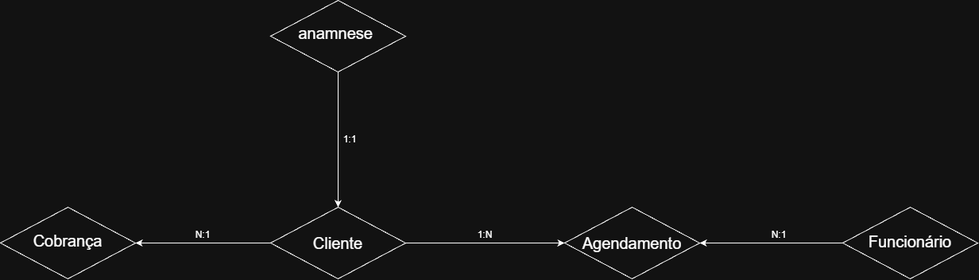
Before: DOC/MER.png, a diagram exported from draw.io (UlfGunnar/Projeto-Senai-3-4). Source tidied: cells renumbered, new cells last; positions are measured from the earlier drawing's top-left corner, leaving out a move shared by most shapes. Source of this version:
```xml
<mxGraphModel>
  <root>
    <mxCell id="0" />
    <mxCell id="1" parent="0" />
    <mxCell id="2" style="edgeStyle=orthogonalEdgeStyle;rounded=0;jettySize=auto;html=1;exitX=1;exitY=0.5;exitDx=0;exitDy=0;entryX=0;entryY=0.5;entryDx=0;entryDy=0;defaultLabelBackgroundColor=page;" parent="1" edge="1" source="4" target="5">
      <mxGeometry relative="1" as="geometry" />
    </mxCell>
    <mxCell id="3" style="edgeStyle=orthogonalEdgeStyle;rounded=0;jettySize=auto;html=1;defaultLabelBackgroundColor=page;" parent="1" edge="1" source="4" target="10">
      <mxGeometry relative="1" as="geometry" />
    </mxCell>
    <mxCell id="4" value="&lt;font style=&quot;font-size: 20px;&quot;&gt;Cliente&lt;/font&gt;" style="rhombus;whiteSpace=wrap;html=1;shapeInside=1;" parent="1" vertex="1">
      <mxGeometry x="340" y="260" width="170" height="90" as="geometry" />
    </mxCell>
    <mxCell id="5" value="&lt;font style=&quot;font-size: 20px;&quot;&gt;Agendamento&lt;/font&gt;" style="rhombus;whiteSpace=wrap;html=1;shapeInside=1;" parent="1" vertex="1">
      <mxGeometry x="710" y="260" width="170" height="90" as="geometry" />
    </mxCell>
    <mxCell id="6" value="1:N" style="text;html=1;whiteSpace=wrap;strokeColor=none;fillColor=none;align=center;verticalAlign=middle;rounded=0;" parent="1" vertex="1">
      <mxGeometry x="580" y="280" width="60" height="30" as="geometry" />
    </mxCell>
    <mxCell id="7" style="edgeStyle=orthogonalEdgeStyle;rounded=0;jettySize=auto;html=1;entryX=1;entryY=0.5;entryDx=0;entryDy=0;defaultLabelBackgroundColor=page;" parent="1" edge="1" source="8" target="5">
      <mxGeometry relative="1" as="geometry" />
    </mxCell>
    <mxCell id="8" value="&lt;font style=&quot;font-size: 20px;&quot;&gt;Funcionário&lt;/font&gt;" style="rhombus;whiteSpace=wrap;html=1;shapeInside=1;" parent="1" vertex="1">
      <mxGeometry x="1060" y="260" width="170" height="90" as="geometry" />
    </mxCell>
    <mxCell id="9" value="N:1" style="text;html=1;whiteSpace=wrap;strokeColor=none;fillColor=none;align=center;verticalAlign=middle;rounded=0;" parent="1" vertex="1">
      <mxGeometry x="950" y="280" width="60" height="30" as="geometry" />
    </mxCell>
    <mxCell id="10" value="&lt;font style=&quot;font-size: 20px;&quot;&gt;Cobrança&lt;/font&gt;" style="rhombus;whiteSpace=wrap;html=1;shapeInside=1;" parent="1" vertex="1">
      <mxGeometry y="260" width="170" height="90" as="geometry" />
    </mxCell>
    <mxCell id="11" value="N:1" style="text;html=1;whiteSpace=wrap;strokeColor=none;fillColor=none;align=center;verticalAlign=middle;rounded=0;" parent="1" vertex="1">
      <mxGeometry x="225" y="280" width="60" height="30" as="geometry" />
    </mxCell>
    <mxCell id="12" style="edgeStyle=orthogonalEdgeStyle;rounded=0;jettySize=auto;html=1;entryX=0.5;entryY=0;entryDx=0;entryDy=0;defaultLabelBackgroundColor=page;" parent="1" edge="1" source="13" target="4">
      <mxGeometry relative="1" as="geometry" />
    </mxCell>
    <mxCell id="13" value="&lt;font style=&quot;font-size: 20px;&quot;&gt;anamnese&amp;nbsp;&lt;/font&gt;" style="rhombus;whiteSpace=wrap;html=1;shapeInside=1;" parent="1" vertex="1">
      <mxGeometry x="340" width="170" height="90" as="geometry" />
    </mxCell>
    <mxCell id="14" value="1:1" style="text;html=1;whiteSpace=wrap;strokeColor=none;fillColor=none;align=center;verticalAlign=middle;rounded=0;" parent="1" vertex="1">
      <mxGeometry x="410" y="160" width="60" height="30" as="geometry" />
    </mxCell>
  </root>
</mxGraphModel>
```
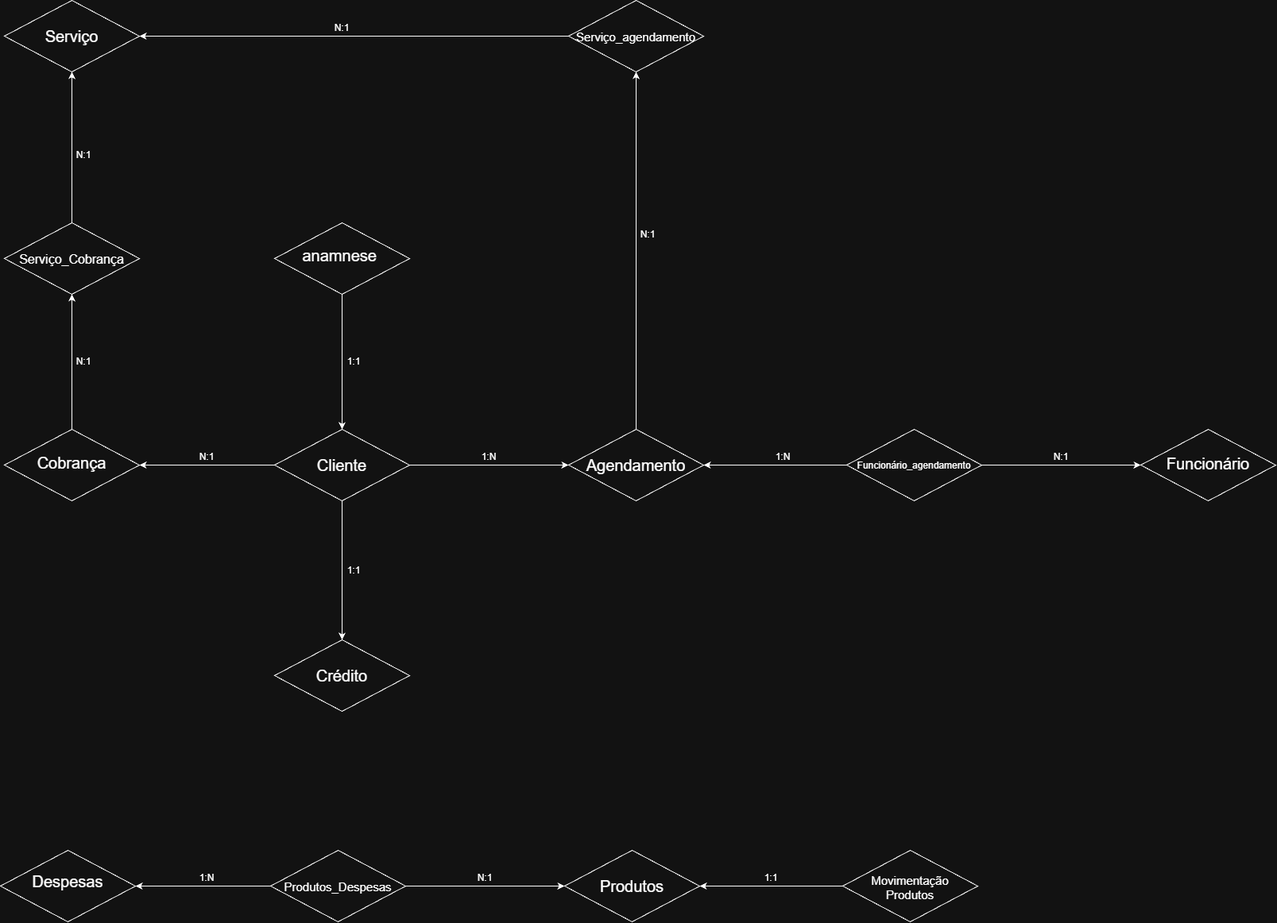
After the commit.

Change to the diagram source:
```diff
@@ -8,9 +8,15 @@
     <mxCell id="3" style="edgeStyle=orthogonalEdgeStyle;rounded=0;jettySize=auto;html=1;defaultLabelBackgroundColor=page;" parent="1" edge="1" source="4" target="10">
       <mxGeometry relative="1" as="geometry" />
     </mxCell>
+    <mxCell id="15" style="edgeStyle=orthogonalEdgeStyle;rounded=0;jettySize=auto;html=1;entryX=0.5;entryY=0;entryDx=0;entryDy=0;defaultLabelBackgroundColor=page;" parent="1" edge="1" source="4" target="22">
+      <mxGeometry relative="1" as="geometry" />
+    </mxCell>
     <mxCell id="4" value="&lt;font style=&quot;font-size: 20px;&quot;&gt;Cliente&lt;/font&gt;" style="rhombus;whiteSpace=wrap;html=1;shapeInside=1;" parent="1" vertex="1">
       <mxGeometry x="340" y="260" width="170" height="90" as="geometry" />
     </mxCell>
+    <mxCell id="16" style="edgeStyle=orthogonalEdgeStyle;rounded=0;jettySize=auto;html=1;exitX=0.5;exitY=0;exitDx=0;exitDy=0;entryX=0.5;entryY=1;entryDx=0;entryDy=0;defaultLabelBackgroundColor=page;" parent="1" edge="1" source="5" target="24">
+      <mxGeometry relative="1" as="geometry" />
+    </mxCell>
     <mxCell id="5" value="&lt;font style=&quot;font-size: 20px;&quot;&gt;Agendamento&lt;/font&gt;" style="rhombus;whiteSpace=wrap;html=1;shapeInside=1;" parent="1" vertex="1">
       <mxGeometry x="710" y="260" width="170" height="90" as="geometry" />
     </mxCell>
@@ -20,12 +26,15 @@
     <mxCell id="7" style="edgeStyle=orthogonalEdgeStyle;rounded=0;jettySize=auto;html=1;entryX=1;entryY=0.5;entryDx=0;entryDy=0;defaultLabelBackgroundColor=page;" parent="1" edge="1" source="8" target="5">
       <mxGeometry relative="1" as="geometry" />
     </mxCell>
+    <mxCell id="17" style="edgeStyle=orthogonalEdgeStyle;rounded=0;jettySize=auto;html=1;exitX=1;exitY=0.5;exitDx=0;exitDy=0;entryX=0;entryY=0.5;entryDx=0;entryDy=0;defaultLabelBackgroundColor=page;" parent="1" edge="1" source="8" target="25">
+      <mxGeometry relative="1" as="geometry" />
+    </mxCell>
-    <mxCell id="8" value="&lt;font style=&quot;font-size: 20px;&quot;&gt;Funcionário&lt;/font&gt;" style="rhombus;whiteSpace=wrap;html=1;shapeInside=1;" parent="1" vertex="1">
+    <mxCell id="8" value="Funcionário_agendamento" style="rhombus;whiteSpace=wrap;html=1;shapeInside=1;" parent="1" vertex="1">
       <mxGeometry x="1060" y="260" width="170" height="90" as="geometry" />
     </mxCell>
-    <mxCell id="9" value="N:1" style="text;html=1;whiteSpace=wrap;strokeColor=none;fillColor=none;align=center;verticalAlign=middle;rounded=0;" parent="1" vertex="1">
-      <mxGeometry x="950" y="280" width="60" height="30" as="geometry" />
-    </mxCell>
+    <mxCell id="18" style="edgeStyle=orthogonalEdgeStyle;rounded=0;jettySize=auto;html=1;exitX=0.5;exitY=0;exitDx=0;exitDy=0;entryX=0.5;entryY=1;entryDx=0;entryDy=0;defaultLabelBackgroundColor=page;" parent="1" edge="1" source="10" target="20">
+      <mxGeometry relative="1" as="geometry" />
+    </mxCell>
     <mxCell id="10" value="&lt;font style=&quot;font-size: 20px;&quot;&gt;Cobrança&lt;/font&gt;" style="rhombus;whiteSpace=wrap;html=1;shapeInside=1;" parent="1" vertex="1">
       <mxGeometry y="260" width="170" height="90" as="geometry" />
     </mxCell>
@@ -41,5 +50,77 @@
     <mxCell id="14" value="1:1" style="text;html=1;whiteSpace=wrap;strokeColor=none;fillColor=none;align=center;verticalAlign=middle;rounded=0;" parent="1" vertex="1">
       <mxGeometry x="410" y="160" width="60" height="30" as="geometry" />
     </mxCell>
+    <mxCell id="19" style="edgeStyle=orthogonalEdgeStyle;rounded=0;jettySize=auto;html=1;exitX=0.5;exitY=0;exitDx=0;exitDy=0;entryX=0.5;entryY=1;entryDx=0;entryDy=0;defaultLabelBackgroundColor=page;" parent="1" edge="1" source="20" target="21">
+      <mxGeometry relative="1" as="geometry" />
+    </mxCell>
+    <mxCell id="20" value="&lt;font style=&quot;font-size: 16px;&quot;&gt;Serviço_Cobrança&lt;/font&gt;" style="rhombus;whiteSpace=wrap;html=1;shapeInside=1;" parent="1" vertex="1">
+      <mxGeometry width="170" height="90" as="geometry" />
+    </mxCell>
+    <mxCell id="21" value="&lt;font style=&quot;font-size: 20px;&quot;&gt;Serviço&lt;/font&gt;" style="rhombus;whiteSpace=wrap;html=1;shapeInside=1;" parent="1" vertex="1">
+      <mxGeometry y="-280" width="170" height="90" as="geometry" />
+    </mxCell>
+    <mxCell id="22" value="&lt;font style=&quot;font-size: 20px;&quot;&gt;Crédito&lt;/font&gt;" style="rhombus;whiteSpace=wrap;html=1;shapeInside=1;" parent="1" vertex="1">
+      <mxGeometry x="340" y="525" width="170" height="90" as="geometry" />
+    </mxCell>
+    <mxCell id="23" style="edgeStyle=orthogonalEdgeStyle;rounded=0;jettySize=auto;html=1;entryX=1;entryY=0.5;entryDx=0;entryDy=0;defaultLabelBackgroundColor=page;" parent="1" edge="1" source="24" target="21">
+      <mxGeometry relative="1" as="geometry" />
+    </mxCell>
+    <mxCell id="24" value="&lt;font style=&quot;font-size: 15px;&quot;&gt;Serviço_agendamento&lt;/font&gt;" style="rhombus;whiteSpace=wrap;html=1;shapeInside=1;" parent="1" vertex="1">
+      <mxGeometry x="710" y="-280" width="170" height="90" as="geometry" />
+    </mxCell>
+    <mxCell id="25" value="&lt;font style=&quot;font-size: 20px;&quot;&gt;Funcionário&lt;/font&gt;" style="rhombus;whiteSpace=wrap;html=1;shapeInside=1;" parent="1" vertex="1">
+      <mxGeometry x="1430" y="260" width="170" height="90" as="geometry" />
+    </mxCell>
+    <mxCell id="26" style="edgeStyle=orthogonalEdgeStyle;rounded=0;jettySize=auto;html=1;exitX=1;exitY=0.5;exitDx=0;exitDy=0;entryX=0;entryY=0.5;entryDx=0;entryDy=0;defaultLabelBackgroundColor=page;" parent="1" edge="1" source="28" target="29">
+      <mxGeometry relative="1" as="geometry" />
+    </mxCell>
+    <mxCell id="27" style="edgeStyle=orthogonalEdgeStyle;rounded=0;jettySize=auto;html=1;defaultLabelBackgroundColor=page;" parent="1" edge="1" source="28" target="32">
+      <mxGeometry relative="1" as="geometry" />
+    </mxCell>
+    <mxCell id="28" value="&lt;font style=&quot;font-size: 15px;&quot;&gt;Produtos_Despesas&lt;/font&gt;" style="rhombus;whiteSpace=wrap;html=1;shapeInside=1;" parent="1" vertex="1">
+      <mxGeometry x="335" y="790" width="170" height="90" as="geometry" />
+    </mxCell>
+    <mxCell id="29" value="&lt;font style=&quot;font-size: 20px;&quot;&gt;Produtos&lt;/font&gt;" style="rhombus;whiteSpace=wrap;html=1;shapeInside=1;" parent="1" vertex="1">
+      <mxGeometry x="705" y="790" width="170" height="90" as="geometry" />
+    </mxCell>
+    <mxCell id="30" style="edgeStyle=orthogonalEdgeStyle;rounded=0;jettySize=auto;html=1;entryX=1;entryY=0.5;entryDx=0;entryDy=0;defaultLabelBackgroundColor=page;" parent="1" edge="1" source="31" target="29">
+      <mxGeometry relative="1" as="geometry" />
+    </mxCell>
+    <mxCell id="31" value="&lt;font style=&quot;font-size: 15px;&quot;&gt;Movimentação Produtos&lt;/font&gt;" style="rhombus;whiteSpace=wrap;html=1;shapeInside=1;" parent="1" vertex="1">
+      <mxGeometry x="1055" y="790" width="170" height="90" as="geometry" />
+    </mxCell>
+    <mxCell id="32" value="&lt;font style=&quot;font-size: 20px;&quot;&gt;Despesas&lt;/font&gt;" style="rhombus;whiteSpace=wrap;html=1;shapeInside=1;" parent="1" vertex="1">
+      <mxGeometry x="-5" y="790" width="170" height="90" as="geometry" />
+    </mxCell>
+    <mxCell id="33" value="N:1" style="text;html=1;whiteSpace=wrap;strokeColor=none;fillColor=none;align=center;verticalAlign=middle;rounded=0;" parent="1" vertex="1">
+      <mxGeometry x="70" y="160" width="60" height="30" as="geometry" />
+    </mxCell>
+    <mxCell id="34" value="N:1" style="text;html=1;whiteSpace=wrap;strokeColor=none;fillColor=none;align=center;verticalAlign=middle;rounded=0;" parent="1" vertex="1">
+      <mxGeometry x="70" y="-100" width="60" height="30" as="geometry" />
+    </mxCell>
+    <mxCell id="35" value="N:1" style="text;html=1;whiteSpace=wrap;strokeColor=none;fillColor=none;align=center;verticalAlign=middle;rounded=0;" parent="1" vertex="1">
+      <mxGeometry x="395" y="-260" width="60" height="30" as="geometry" />
+    </mxCell>
+    <mxCell id="36" value="N:1" style="text;html=1;whiteSpace=wrap;strokeColor=none;fillColor=none;align=center;verticalAlign=middle;rounded=0;" parent="1" vertex="1">
+      <mxGeometry x="780" width="60" height="30" as="geometry" />
+    </mxCell>
+    <mxCell id="37" value="1:N" style="text;html=1;whiteSpace=wrap;strokeColor=none;fillColor=none;align=center;verticalAlign=middle;rounded=0;" parent="1" vertex="1">
+      <mxGeometry x="950" y="280" width="60" height="30" as="geometry" />
+    </mxCell>
+    <mxCell id="38" value="N:1" style="text;html=1;whiteSpace=wrap;strokeColor=none;fillColor=none;align=center;verticalAlign=middle;rounded=0;" parent="1" vertex="1">
+      <mxGeometry x="1300" y="280" width="60" height="30" as="geometry" />
+    </mxCell>
+    <mxCell id="39" value="1:1" style="text;html=1;whiteSpace=wrap;strokeColor=none;fillColor=none;align=center;verticalAlign=middle;rounded=0;" parent="1" vertex="1">
+      <mxGeometry x="935" y="810" width="60" height="30" as="geometry" />
+    </mxCell>
+    <mxCell id="40" value="N:1" style="text;html=1;whiteSpace=wrap;strokeColor=none;fillColor=none;align=center;verticalAlign=middle;rounded=0;" parent="1" vertex="1">
+      <mxGeometry x="575" y="810" width="60" height="30" as="geometry" />
+    </mxCell>
+    <mxCell id="41" value="1:N" style="text;html=1;whiteSpace=wrap;strokeColor=none;fillColor=none;align=center;verticalAlign=middle;rounded=0;" parent="1" vertex="1">
+      <mxGeometry x="225" y="810" width="60" height="30" as="geometry" />
+    </mxCell>
+    <mxCell id="42" value="1:1" style="text;html=1;whiteSpace=wrap;strokeColor=none;fillColor=none;align=center;verticalAlign=middle;rounded=0;" parent="1" vertex="1">
+      <mxGeometry x="410" y="423" width="60" height="30" as="geometry" />
+    </mxCell>
   </root>
 </mxGraphModel>
```
